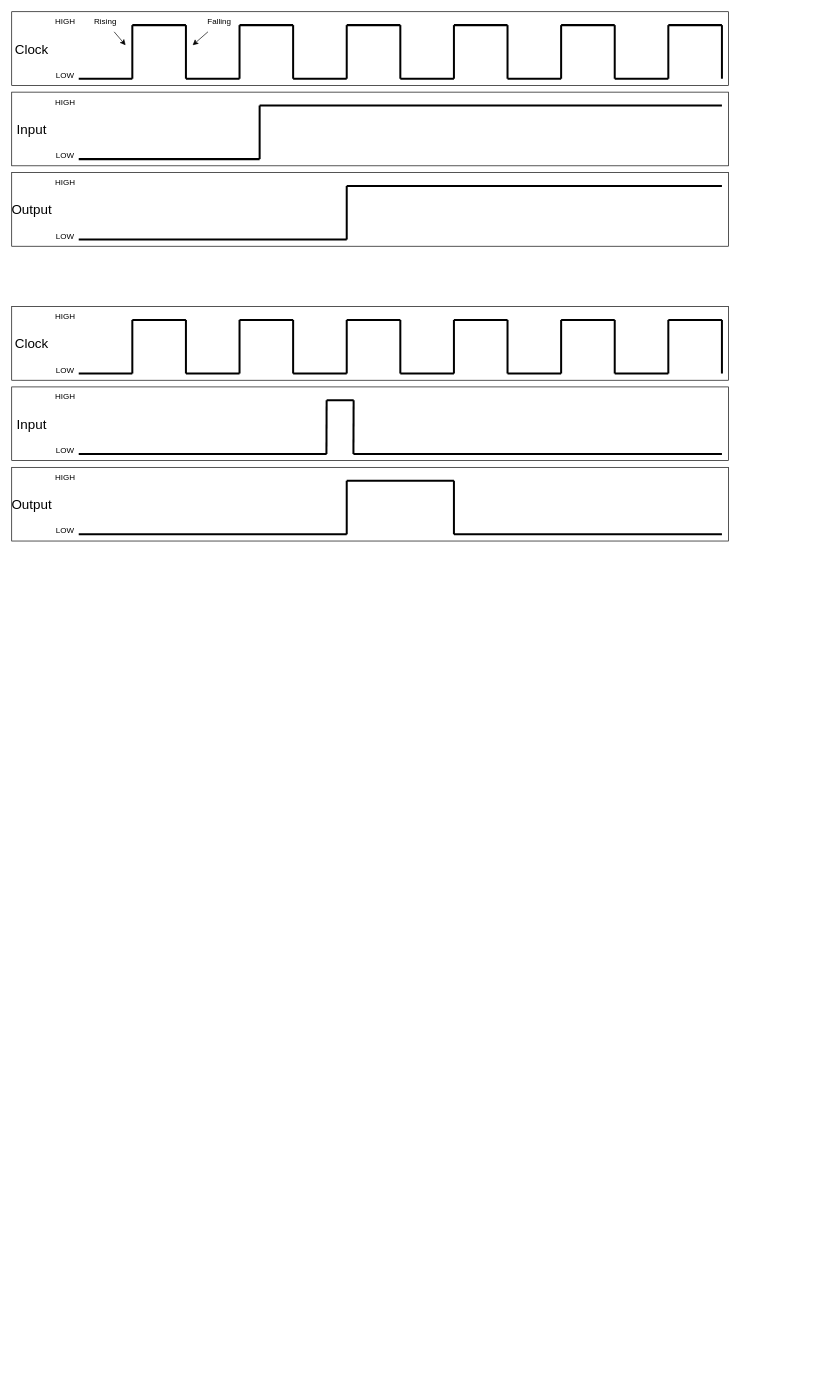
Above: diagrams.drawio in Mast3rwaf1z/p4 (draw.io), before the change. Source tidied: cells renumbered, new cells numbered last; positions are measured from the earlier drawing's top-left corner, leaving out a move shared by most shapes. Both pictures are drawn from the tidied source at 67%, with x=0, y=0 at pixel (11, 11).
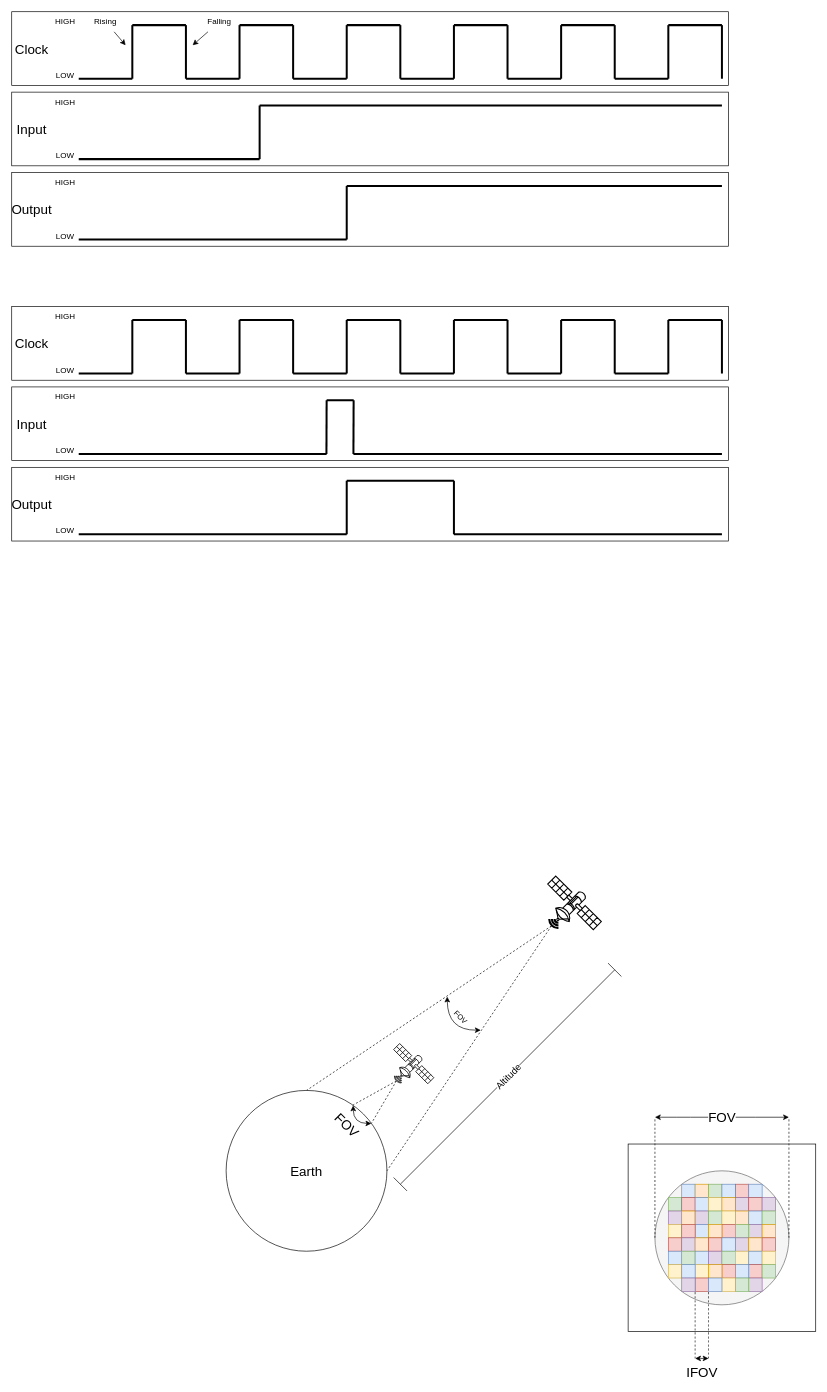
The same page after the edit.

Change to the diagram source:
```diff
@@
+    <mxCell id="94" value="&lt;font style=&quot;font-size: 20px&quot;&gt;Earth&lt;/font&gt;" style="ellipse;whiteSpace=wrap;html=1;" parent="1" vertex="1">
+      <mxGeometry x="320" y="1610" width="240" height="240" as="geometry" />
+    </mxCell>
+    <mxCell id="95" style="rounded=0;jettySize=auto;html=1;exitX=0.07;exitY=0.93;exitDx=0;exitDy=0;exitPerimeter=0;entryX=0.787;entryY=0.092;entryDx=0;entryDy=0;entryPerimeter=0;endArrow=none;endFill=0;dashed=1;" parent="1" edge="1" source="97" target="94">
+      <mxGeometry relative="1" as="geometry" />
+    </mxCell>
+    <mxCell id="96" style="edgeStyle=none;rounded=0;jettySize=auto;html=1;exitX=0.07;exitY=0.93;exitDx=0;exitDy=0;exitPerimeter=0;dashed=1;endArrow=none;endFill=0;entryX=0.904;entryY=0.204;entryDx=0;entryDy=0;entryPerimeter=0;" parent="1" edge="1" source="97" target="94">
+      <mxGeometry relative="1" as="geometry" />
+    </mxCell>
+    <mxCell id="97" style="verticalAlign=top;verticalLabelPosition=bottom;labelPosition=center;align=center;html=1;outlineConnect=0;gradientDirection=north;strokeWidth=2;shape=mxgraph.networks.satellite;" parent="1" vertex="1">
+      <mxGeometry x="570" y="1540" width="60" height="60" as="geometry" />
+    </mxCell>
+    <mxCell id="98" style="edgeStyle=none;rounded=0;jettySize=auto;html=1;exitX=0.07;exitY=0.93;exitDx=0;exitDy=0;exitPerimeter=0;entryX=0.5;entryY=0;entryDx=0;entryDy=0;dashed=1;endArrow=none;endFill=0;" parent="1" edge="1" source="100" target="94">
+      <mxGeometry relative="1" as="geometry" />
+    </mxCell>
+    <mxCell id="99" style="edgeStyle=none;rounded=0;jettySize=auto;html=1;exitX=0.07;exitY=0.93;exitDx=0;exitDy=0;exitPerimeter=0;entryX=1;entryY=0.5;entryDx=0;entryDy=0;dashed=1;endArrow=none;endFill=0;" parent="1" edge="1" source="100" target="94">
+      <mxGeometry relative="1" as="geometry" />
+    </mxCell>
+    <mxCell id="100" style="verticalAlign=top;verticalLabelPosition=bottom;labelPosition=center;align=center;html=1;outlineConnect=0;gradientDirection=north;strokeWidth=2;shape=mxgraph.networks.satellite;fontFamily=palatino;" parent="1" vertex="1">
+      <mxGeometry x="800" y="1290" width="80" height="80" as="geometry" />
+    </mxCell>
+    <mxCell id="101" style="endArrow=classic;startArrow=classic;html=1;rounded=0;fontFamily=palatino;fontColor=#000000;strokeWidth=1;edgeStyle=orthogonalEdgeStyle;curved=1;" parent="1" edge="1">
+      <mxGeometry relative="1" as="geometry">
+        <mxPoint x="700" y="1520" as="sourcePoint" />
+        <mxPoint x="650" y="1470" as="targetPoint" />
+      </mxGeometry>
+    </mxCell>
+    <mxCell id="102" value="FOV" style="edgeLabel;html=1;align=center;verticalAlign=middle;fontFamily=palatino;fontColor=#000000;rotation=45;" parent="101" vertex="1">
+      <mxGeometry x="0.22" y="-1" relative="1" as="geometry">
+        <mxPoint x="19" y="-9" as="offset" />
+      </mxGeometry>
+    </mxCell>
+    <mxCell id="103" style="endArrow=none;html=1;rounded=0;fontFamily=palatino;fontColor=#000000;strokeWidth=1;" parent="1" edge="1">
+      <mxGeometry relative="1" as="geometry">
+        <mxPoint x="890" y="1420" as="sourcePoint" />
+        <mxPoint x="910" y="1440" as="targetPoint" />
+      </mxGeometry>
+    </mxCell>
+    <mxCell id="104" style="endArrow=none;html=1;rounded=0;fontFamily=palatino;fontColor=#000000;strokeWidth=1;" parent="1" edge="1">
+      <mxGeometry relative="1" as="geometry">
+        <mxPoint x="570" y="1740" as="sourcePoint" />
+        <mxPoint x="590" y="1760" as="targetPoint" />
+      </mxGeometry>
+    </mxCell>
+    <mxCell id="105" style="endArrow=none;html=1;rounded=0;fontFamily=palatino;fontColor=#000000;strokeWidth=1;" parent="1" edge="1">
+      <mxGeometry relative="1" as="geometry">
+        <mxPoint x="580" y="1750" as="sourcePoint" />
+        <mxPoint x="900" y="1430" as="targetPoint" />
+      </mxGeometry>
+    </mxCell>
+    <mxCell id="106" value="&lt;font style=&quot;font-size: 14px&quot;&gt;Altitude&lt;/font&gt;" style="edgeLabel;html=1;align=center;verticalAlign=middle;fontFamily=palatino;fontColor=#000000;rotation=-45;" parent="105" vertex="1">
+      <mxGeometry x="0.12" y="-2" relative="1" as="geometry">
+        <mxPoint x="-20" y="17" as="offset" />
+      </mxGeometry>
+    </mxCell>
+    <mxCell id="107" style="rounded=0;whiteSpace=wrap;html=1;fontFamily=palatino;fontSize=20;fontColor=#000000;" parent="1" vertex="1">
+      <mxGeometry x="920" y="1690" width="280" height="280" as="geometry" />
+    </mxCell>
+    <mxCell id="108" style="ellipse;whiteSpace=wrap;html=1;fontFamily=palatino;fontSize=20;fillColor=#f5f5f5;strokeColor=#666666;fontColor=#333333;" parent="1" vertex="1">
+      <mxGeometry x="960" y="1730" width="200" height="200" as="geometry" />
+    </mxCell>
+    <mxCell id="109" style="endArrow=none;html=1;rounded=0;fontFamily=palatino;fontSize=20;fontColor=#000000;strokeWidth=0;curved=1;" parent="1" edge="1">
+      <mxGeometry relative="1" as="geometry">
+        <mxPoint x="1020" y="1800" as="sourcePoint" />
+        <mxPoint x="1070" y="1750" as="targetPoint" />
+      </mxGeometry>
+    </mxCell>
+    <mxCell id="110" style="rounded=0;whiteSpace=wrap;html=1;fontFamily=palatino;fontSize=20;fillColor=#dae8fc;strokeColor=#6c8ebf;" parent="1" vertex="1">
+      <mxGeometry x="1000" y="1750" width="20" height="20" as="geometry" />
+    </mxCell>
+    <mxCell id="111" style="rounded=0;whiteSpace=wrap;html=1;fontFamily=palatino;fontSize=20;fillColor=#ffe6cc;strokeColor=#d79b00;" parent="1" vertex="1">
+      <mxGeometry x="1020" y="1750" width="20" height="20" as="geometry" />
+    </mxCell>
+    <mxCell id="112" style="rounded=0;whiteSpace=wrap;html=1;fontFamily=palatino;fontSize=20;fillColor=#d5e8d4;strokeColor=#82b366;" parent="1" vertex="1">
+      <mxGeometry x="1040" y="1750" width="20" height="20" as="geometry" />
+    </mxCell>
+    <mxCell id="113" style="rounded=0;whiteSpace=wrap;html=1;fontFamily=palatino;fontSize=20;fillColor=#dae8fc;strokeColor=#6c8ebf;" parent="1" vertex="1">
+      <mxGeometry x="1060" y="1750" width="20" height="20" as="geometry" />
+    </mxCell>
+    <mxCell id="114" style="rounded=0;whiteSpace=wrap;html=1;fontFamily=palatino;fontSize=20;fillColor=#f8cecc;strokeColor=#b85450;" parent="1" vertex="1">
+      <mxGeometry x="1080" y="1750" width="20" height="20" as="geometry" />
+    </mxCell>
+    <mxCell id="115" style="rounded=0;whiteSpace=wrap;html=1;fontFamily=palatino;fontSize=20;fillColor=#dae8fc;strokeColor=#6c8ebf;" parent="1" vertex="1">
+      <mxGeometry x="1100" y="1750" width="20" height="20" as="geometry" />
+    </mxCell>
+    <mxCell id="116" style="rounded=0;whiteSpace=wrap;html=1;fontFamily=palatino;fontSize=20;fillColor=#d5e8d4;strokeColor=#82b366;" parent="1" vertex="1">
+      <mxGeometry x="980" y="1770" width="20" height="20" as="geometry" />
+    </mxCell>
+    <mxCell id="117" style="rounded=0;whiteSpace=wrap;html=1;fontFamily=palatino;fontSize=20;fillColor=#f8cecc;strokeColor=#b85450;" parent="1" vertex="1">
+      <mxGeometry x="1000" y="1770" width="20" height="20" as="geometry" />
+    </mxCell>
+    <mxCell id="118" style="rounded=0;whiteSpace=wrap;html=1;fontFamily=palatino;fontSize=20;fillColor=#dae8fc;strokeColor=#6c8ebf;" parent="1" vertex="1">
+      <mxGeometry x="1020" y="1770" width="20" height="20" as="geometry" />
+    </mxCell>
+    <mxCell id="119" style="rounded=0;whiteSpace=wrap;html=1;fontFamily=palatino;fontSize=20;fillColor=#fff2cc;strokeColor=#d6b656;" parent="1" vertex="1">
+      <mxGeometry x="1040" y="1770" width="20" height="20" as="geometry" />
+    </mxCell>
+    <mxCell id="120" style="rounded=0;whiteSpace=wrap;html=1;fontFamily=palatino;fontSize=20;fillColor=#ffe6cc;strokeColor=#d79b00;" parent="1" vertex="1">
+      <mxGeometry x="1060" y="1770" width="20" height="20" as="geometry" />
+    </mxCell>
+    <mxCell id="121" style="rounded=0;whiteSpace=wrap;html=1;fontFamily=palatino;fontSize=20;fillColor=#e1d5e7;strokeColor=#9673a6;" parent="1" vertex="1">
+      <mxGeometry x="1080" y="1770" width="20" height="20" as="geometry" />
+    </mxCell>
+    <mxCell id="122" style="rounded=0;whiteSpace=wrap;html=1;fontFamily=palatino;fontSize=20;fillColor=#f8cecc;strokeColor=#b85450;" parent="1" vertex="1">
+      <mxGeometry x="1100" y="1770" width="20" height="20" as="geometry" />
+    </mxCell>
+    <mxCell id="123" style="rounded=0;whiteSpace=wrap;html=1;fontFamily=palatino;fontSize=20;fillColor=#e1d5e7;strokeColor=#9673a6;" parent="1" vertex="1">
+      <mxGeometry x="1120" y="1770" width="20" height="20" as="geometry" />
+    </mxCell>
+    <mxCell id="124" style="rounded=0;whiteSpace=wrap;html=1;fontFamily=palatino;fontSize=20;fillColor=#e1d5e7;strokeColor=#9673a6;" parent="1" vertex="1">
+      <mxGeometry x="980" y="1790" width="20" height="20" as="geometry" />
+    </mxCell>
+    <mxCell id="125" style="rounded=0;whiteSpace=wrap;html=1;fontFamily=palatino;fontSize=20;fillColor=#ffe6cc;strokeColor=#d79b00;" parent="1" vertex="1">
+      <mxGeometry x="1000" y="1790" width="20" height="20" as="geometry" />
+    </mxCell>
+    <mxCell id="126" style="rounded=0;whiteSpace=wrap;html=1;fontFamily=palatino;fontSize=20;fillColor=#e1d5e7;strokeColor=#9673a6;" parent="1" vertex="1">
+      <mxGeometry x="1020" y="1790" width="20" height="20" as="geometry" />
+    </mxCell>
+    <mxCell id="127" style="rounded=0;whiteSpace=wrap;html=1;fontFamily=palatino;fontSize=20;fillColor=#d5e8d4;strokeColor=#82b366;" parent="1" vertex="1">
+      <mxGeometry x="1040" y="1790" width="20" height="20" as="geometry" />
+    </mxCell>
+    <mxCell id="128" style="rounded=0;whiteSpace=wrap;html=1;fontFamily=palatino;fontSize=20;fillColor=#fff2cc;strokeColor=#d6b656;" parent="1" vertex="1">
+      <mxGeometry x="1060" y="1790" width="20" height="20" as="geometry" />
+    </mxCell>
+    <mxCell id="129" style="rounded=0;whiteSpace=wrap;html=1;fontFamily=palatino;fontSize=20;fillColor=#ffe6cc;strokeColor=#d79b00;" parent="1" vertex="1">
+      <mxGeometry x="1080" y="1790" width="20" height="20" as="geometry" />
+    </mxCell>
+    <mxCell id="130" style="rounded=0;whiteSpace=wrap;html=1;fontFamily=palatino;fontSize=20;fillColor=#dae8fc;strokeColor=#6c8ebf;" parent="1" vertex="1">
+      <mxGeometry x="1100" y="1790" width="20" height="20" as="geometry" />
+    </mxCell>
+    <mxCell id="131" style="rounded=0;whiteSpace=wrap;html=1;fontFamily=palatino;fontSize=20;fillColor=#d5e8d4;strokeColor=#82b366;" parent="1" vertex="1">
+      <mxGeometry x="1120" y="1790" width="20" height="20" as="geometry" />
+    </mxCell>
+    <mxCell id="132" style="rounded=0;whiteSpace=wrap;html=1;fontFamily=palatino;fontSize=20;fillColor=#e1d5e7;strokeColor=#9673a6;" parent="1" vertex="1">
+      <mxGeometry x="1100" y="1810" width="20" height="20" as="geometry" />
+    </mxCell>
+    <mxCell id="133" style="rounded=0;whiteSpace=wrap;html=1;fontFamily=palatino;fontSize=20;fillColor=#ffe6cc;strokeColor=#d79b00;" parent="1" vertex="1">
+      <mxGeometry x="1120" y="1810" width="20" height="20" as="geometry" />
+    </mxCell>
+    <mxCell id="134" style="rounded=0;whiteSpace=wrap;html=1;fontFamily=palatino;fontSize=20;fillColor=#f8cecc;strokeColor=#b85450;" parent="1" vertex="1">
+      <mxGeometry x="1060" y="1810" width="20" height="20" as="geometry" />
+    </mxCell>
+    <mxCell id="135" style="rounded=0;whiteSpace=wrap;html=1;fontFamily=palatino;fontSize=20;fillColor=#d5e8d4;strokeColor=#82b366;" parent="1" vertex="1">
+      <mxGeometry x="1080" y="1810" width="20" height="20" as="geometry" />
+    </mxCell>
+    <mxCell id="136" style="rounded=0;whiteSpace=wrap;html=1;fontFamily=palatino;fontSize=20;fillColor=#dae8fc;strokeColor=#6c8ebf;" parent="1" vertex="1">
+      <mxGeometry x="1020" y="1810" width="20" height="20" as="geometry" />
+    </mxCell>
+    <mxCell id="137" style="rounded=0;whiteSpace=wrap;html=1;fontFamily=palatino;fontSize=20;fillColor=#ffe6cc;strokeColor=#d79b00;" parent="1" vertex="1">
+      <mxGeometry x="1040" y="1810" width="20" height="20" as="geometry" />
+    </mxCell>
+    <mxCell id="138" style="rounded=0;whiteSpace=wrap;html=1;fontFamily=palatino;fontSize=20;fillColor=#fff2cc;strokeColor=#d6b656;" parent="1" vertex="1">
+      <mxGeometry x="980" y="1810" width="20" height="20" as="geometry" />
+    </mxCell>
+    <mxCell id="139" style="rounded=0;whiteSpace=wrap;html=1;fontFamily=palatino;fontSize=20;fillColor=#f8cecc;strokeColor=#b85450;" parent="1" vertex="1">
+      <mxGeometry x="1000" y="1810" width="20" height="20" as="geometry" />
+    </mxCell>
+    <mxCell id="140" style="rounded=0;whiteSpace=wrap;html=1;fontFamily=palatino;fontSize=20;fillColor=#f8cecc;strokeColor=#b85450;" parent="1" vertex="1">
+      <mxGeometry x="980" y="1830" width="20" height="20" as="geometry" />
+    </mxCell>
+    <mxCell id="141" style="rounded=0;whiteSpace=wrap;html=1;fontFamily=palatino;fontSize=20;fillColor=#e1d5e7;strokeColor=#9673a6;" parent="1" vertex="1">
+      <mxGeometry x="1000" y="1830" width="20" height="20" as="geometry" />
+    </mxCell>
+    <mxCell id="142" style="rounded=0;whiteSpace=wrap;html=1;fontFamily=palatino;fontSize=20;fillColor=#ffe6cc;strokeColor=#d79b00;" parent="1" vertex="1">
+      <mxGeometry x="1020" y="1830" width="20" height="20" as="geometry" />
+    </mxCell>
+    <mxCell id="143" style="rounded=0;whiteSpace=wrap;html=1;fontFamily=palatino;fontSize=20;fillColor=#f8cecc;strokeColor=#b85450;" parent="1" vertex="1">
+      <mxGeometry x="1040" y="1830" width="20" height="20" as="geometry" />
+    </mxCell>
+    <mxCell id="144" style="rounded=0;whiteSpace=wrap;html=1;fontFamily=palatino;fontSize=20;fillColor=#dae8fc;strokeColor=#6c8ebf;" parent="1" vertex="1">
+      <mxGeometry x="1060" y="1830" width="20" height="20" as="geometry" />
+    </mxCell>
+    <mxCell id="145" style="rounded=0;whiteSpace=wrap;html=1;fontFamily=palatino;fontSize=20;fillColor=#e1d5e7;strokeColor=#9673a6;" parent="1" vertex="1">
+      <mxGeometry x="1080" y="1830" width="20" height="20" as="geometry" />
+    </mxCell>
+    <mxCell id="146" style="rounded=0;whiteSpace=wrap;html=1;fontFamily=palatino;fontSize=20;fillColor=#ffe6cc;strokeColor=#d79b00;" parent="1" vertex="1">
+      <mxGeometry x="1100" y="1830" width="20" height="20" as="geometry" />
+    </mxCell>
+    <mxCell id="147" style="rounded=0;whiteSpace=wrap;html=1;fontFamily=palatino;fontSize=20;fillColor=#f8cecc;strokeColor=#b85450;" parent="1" vertex="1">
+      <mxGeometry x="1120" y="1830" width="20" height="20" as="geometry" />
+    </mxCell>
+    <mxCell id="148" style="rounded=0;whiteSpace=wrap;html=1;fontFamily=palatino;fontSize=20;fillColor=#dae8fc;strokeColor=#6c8ebf;" parent="1" vertex="1">
+      <mxGeometry x="980" y="1850" width="20" height="20" as="geometry" />
+    </mxCell>
+    <mxCell id="149" style="rounded=0;whiteSpace=wrap;html=1;fontFamily=palatino;fontSize=20;fillColor=#d5e8d4;strokeColor=#82b366;" parent="1" vertex="1">
+      <mxGeometry x="1000" y="1850" width="20" height="20" as="geometry" />
+    </mxCell>
+    <mxCell id="150" style="rounded=0;whiteSpace=wrap;html=1;fontFamily=palatino;fontSize=20;fillColor=#dae8fc;strokeColor=#6c8ebf;" parent="1" vertex="1">
+      <mxGeometry x="1020" y="1850" width="20" height="20" as="geometry" />
+    </mxCell>
+    <mxCell id="151" style="rounded=0;whiteSpace=wrap;html=1;fontFamily=palatino;fontSize=20;fillColor=#e1d5e7;strokeColor=#9673a6;" parent="1" vertex="1">
+      <mxGeometry x="1040" y="1850" width="20" height="20" as="geometry" />
+    </mxCell>
+    <mxCell id="152" style="rounded=0;whiteSpace=wrap;html=1;fontFamily=palatino;fontSize=20;fillColor=#d5e8d4;strokeColor=#82b366;" parent="1" vertex="1">
+      <mxGeometry x="1060" y="1850" width="20" height="20" as="geometry" />
+    </mxCell>
+    <mxCell id="153" style="rounded=0;whiteSpace=wrap;html=1;fontFamily=palatino;fontSize=20;fillColor=#fff2cc;strokeColor=#d6b656;" parent="1" vertex="1">
+      <mxGeometry x="1080" y="1850" width="20" height="20" as="geometry" />
+    </mxCell>
+    <mxCell id="154" style="rounded=0;whiteSpace=wrap;html=1;fontFamily=palatino;fontSize=20;fillColor=#dae8fc;strokeColor=#6c8ebf;" parent="1" vertex="1">
+      <mxGeometry x="1100" y="1850" width="20" height="20" as="geometry" />
+    </mxCell>
+    <mxCell id="155" style="rounded=0;whiteSpace=wrap;html=1;fontFamily=palatino;fontSize=20;fillColor=#fff2cc;strokeColor=#d6b656;" parent="1" vertex="1">
+      <mxGeometry x="1120" y="1850" width="20" height="20" as="geometry" />
+    </mxCell>
+    <mxCell id="156" style="rounded=0;whiteSpace=wrap;html=1;fontFamily=palatino;fontSize=20;fillColor=#f8cecc;strokeColor=#b85450;" parent="1" vertex="1">
+      <mxGeometry x="1100" y="1870" width="20" height="20" as="geometry" />
+    </mxCell>
+    <mxCell id="157" style="rounded=0;whiteSpace=wrap;html=1;fontFamily=palatino;fontSize=20;fillColor=#d5e8d4;strokeColor=#82b366;" parent="1" vertex="1">
+      <mxGeometry x="1120" y="1870" width="20" height="20" as="geometry" />
+    </mxCell>
+    <mxCell id="158" style="rounded=0;whiteSpace=wrap;html=1;fontFamily=palatino;fontSize=20;fillColor=#f8cecc;strokeColor=#b85450;" parent="1" vertex="1">
+      <mxGeometry x="1060" y="1870" width="20" height="20" as="geometry" />
+    </mxCell>
+    <mxCell id="159" style="rounded=0;whiteSpace=wrap;html=1;fontFamily=palatino;fontSize=20;fillColor=#dae8fc;strokeColor=#6c8ebf;" parent="1" vertex="1">
+      <mxGeometry x="1080" y="1870" width="20" height="20" as="geometry" />
+    </mxCell>
+    <mxCell id="160" style="rounded=0;whiteSpace=wrap;html=1;fontFamily=palatino;fontSize=20;fillColor=#fff2cc;strokeColor=#d6b656;" parent="1" vertex="1">
+      <mxGeometry x="1020" y="1870" width="20" height="20" as="geometry" />
+    </mxCell>
+    <mxCell id="161" style="rounded=0;whiteSpace=wrap;html=1;fontFamily=palatino;fontSize=20;fillColor=#ffe6cc;strokeColor=#d79b00;" parent="1" vertex="1">
+      <mxGeometry x="1040" y="1870" width="20" height="20" as="geometry" />
+    </mxCell>
+    <mxCell id="162" style="rounded=0;whiteSpace=wrap;html=1;fontFamily=palatino;fontSize=20;fillColor=#fff2cc;strokeColor=#d6b656;" parent="1" vertex="1">
+      <mxGeometry x="980" y="1870" width="20" height="20" as="geometry" />
+    </mxCell>
+    <mxCell id="163" style="rounded=0;whiteSpace=wrap;html=1;fontFamily=palatino;fontSize=20;fillColor=#dae8fc;strokeColor=#6c8ebf;" parent="1" vertex="1">
+      <mxGeometry x="1000" y="1870" width="20" height="20" as="geometry" />
+    </mxCell>
+    <mxCell id="164" style="rounded=0;whiteSpace=wrap;html=1;fontFamily=palatino;fontSize=20;fillColor=#e1d5e7;strokeColor=#9673a6;" parent="1" vertex="1">
+      <mxGeometry x="1100" y="1890" width="20" height="20" as="geometry" />
+    </mxCell>
+    <mxCell id="165" style="rounded=0;whiteSpace=wrap;html=1;fontFamily=palatino;fontSize=20;fillColor=#fff2cc;strokeColor=#d6b656;" parent="1" vertex="1">
+      <mxGeometry x="1060" y="1890" width="20" height="20" as="geometry" />
+    </mxCell>
+    <mxCell id="166" style="rounded=0;whiteSpace=wrap;html=1;fontFamily=palatino;fontSize=20;fillColor=#d5e8d4;strokeColor=#82b366;" parent="1" vertex="1">
+      <mxGeometry x="1080" y="1890" width="20" height="20" as="geometry" />
+    </mxCell>
+    <mxCell id="167" style="rounded=0;whiteSpace=wrap;html=1;fontFamily=palatino;fontSize=20;fillColor=#f8cecc;strokeColor=#b85450;" parent="1" vertex="1">
+      <mxGeometry x="1020" y="1890" width="20" height="20" as="geometry" />
+    </mxCell>
+    <mxCell id="168" style="rounded=0;whiteSpace=wrap;html=1;fontFamily=palatino;fontSize=20;fillColor=#dae8fc;strokeColor=#6c8ebf;" parent="1" vertex="1">
+      <mxGeometry x="1040" y="1890" width="20" height="20" as="geometry" />
+    </mxCell>
+    <mxCell id="169" style="rounded=0;whiteSpace=wrap;html=1;fontFamily=palatino;fontSize=20;fillColor=#e1d5e7;strokeColor=#9673a6;" parent="1" vertex="1">
+      <mxGeometry x="1000" y="1890" width="20" height="20" as="geometry" />
+    </mxCell>
+    <mxCell id="170" style="endArrow=none;dashed=1;html=1;rounded=0;fontFamily=palatino;fontSize=20;fontColor=#000000;strokeWidth=1;curved=1;exitX=0;exitY=0.5;exitDx=0;exitDy=0;" parent="1" edge="1" source="108">
+      <mxGeometry relative="1" as="geometry">
+        <mxPoint x="960" y="1650" as="targetPoint" />
+      </mxGeometry>
+    </mxCell>
+    <mxCell id="171" style="endArrow=none;dashed=1;html=1;rounded=0;fontFamily=palatino;fontSize=20;fontColor=#000000;strokeWidth=1;curved=1;exitX=0;exitY=0.5;exitDx=0;exitDy=0;" parent="1" edge="1">
+      <mxGeometry relative="1" as="geometry">
+        <mxPoint x="1160" y="1830" as="sourcePoint" />
+        <mxPoint x="1160" y="1650" as="targetPoint" />
+      </mxGeometry>
+    </mxCell>
+    <mxCell id="172" value="FOV" style="endArrow=classic;startArrow=classic;html=1;rounded=0;fontFamily=palatino;fontSize=20;fontColor=#000000;strokeWidth=1;curved=1;" parent="1" edge="1">
+      <mxGeometry relative="1" as="geometry">
+        <mxPoint x="960" y="1650" as="sourcePoint" />
+        <mxPoint x="1160" y="1650" as="targetPoint" />
+      </mxGeometry>
+    </mxCell>
+    <mxCell id="173" style="endArrow=none;dashed=1;html=1;rounded=0;fontFamily=palatino;fontSize=20;fontColor=#000000;strokeWidth=1;curved=1;entryX=0;entryY=1;entryDx=0;entryDy=0;" parent="1" edge="1" target="167">
+      <mxGeometry relative="1" as="geometry">
+        <mxPoint x="1020" y="2010" as="sourcePoint" />
+      </mxGeometry>
+    </mxCell>
+    <mxCell id="174" style="endArrow=none;dashed=1;html=1;rounded=0;fontFamily=palatino;fontSize=20;fontColor=#000000;strokeWidth=1;curved=1;entryX=1;entryY=1;entryDx=0;entryDy=0;" parent="1" edge="1" target="167">
+      <mxGeometry relative="1" as="geometry">
+        <mxPoint x="1040" y="2010" as="sourcePoint" />
+      </mxGeometry>
+    </mxCell>
+    <mxCell id="175" value="IFOV" style="endArrow=classic;startArrow=classic;html=1;rounded=0;fontFamily=palatino;fontSize=20;fontColor=#000000;strokeWidth=1;curved=1;" parent="1" edge="1">
+      <mxGeometry y="-20" relative="1" as="geometry">
+        <mxPoint x="1020" y="2010" as="sourcePoint" />
+        <mxPoint x="1040" y="2010" as="targetPoint" />
+      </mxGeometry>
+    </mxCell>
+    <mxCell id="176" style="endArrow=classic;startArrow=classic;html=1;rounded=0;fontFamily=palatino;fontSize=20;fontColor=#000000;strokeWidth=1;entryX=0.903;entryY=0.206;entryDx=0;entryDy=0;entryPerimeter=0;exitX=0.79;exitY=0.094;exitDx=0;exitDy=0;exitPerimeter=0;edgeStyle=orthogonalEdgeStyle;curved=1;" parent="1" edge="1" source="94" target="94">
+      <mxGeometry relative="1" as="geometry">
+        <Array as="points">
+          <mxPoint x="510" y="1659" />
+        </Array>
+      </mxGeometry>
+    </mxCell>
+    <mxCell id="177" value="FOV" style="edgeLabel;html=1;align=center;verticalAlign=middle;fontSize=20;fontFamily=palatino;fontColor=#000000;rotation=45;" parent="176" vertex="1">
+      <mxGeometry x="0.23" y="4" relative="1" as="geometry">
+        <mxPoint x="-16" y="5" as="offset" />
+      </mxGeometry>
+    </mxCell>
```
